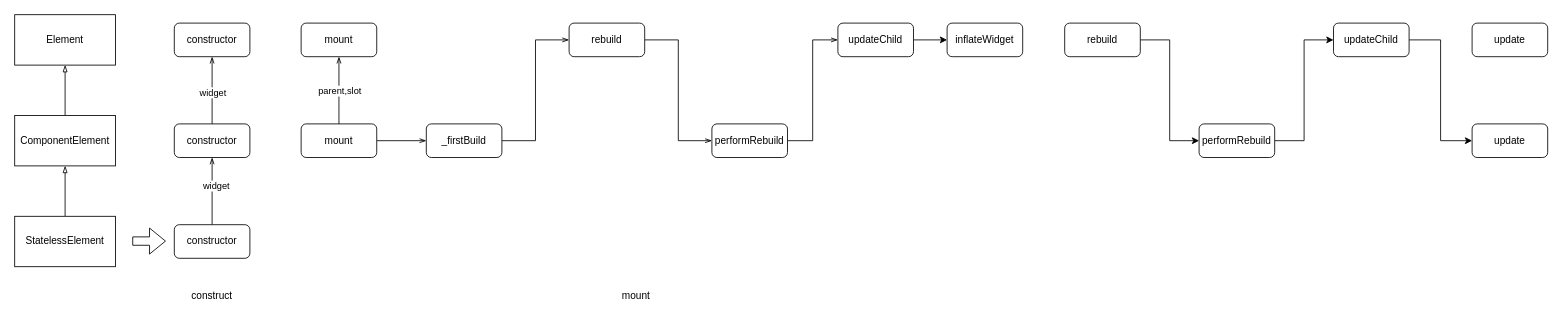
Earlier version of the draw.io diagram flutter/stateless_element.drawio (rockstore/diagram). Source tidied: cells renumbered, new cells numbered last; positions are measured from the earlier drawing's top-left corner, leaving out a move shared by most shapes. Both pictures are drawn from the tidied source at 84%, with x=0, y=0 at pixel (14, 14).
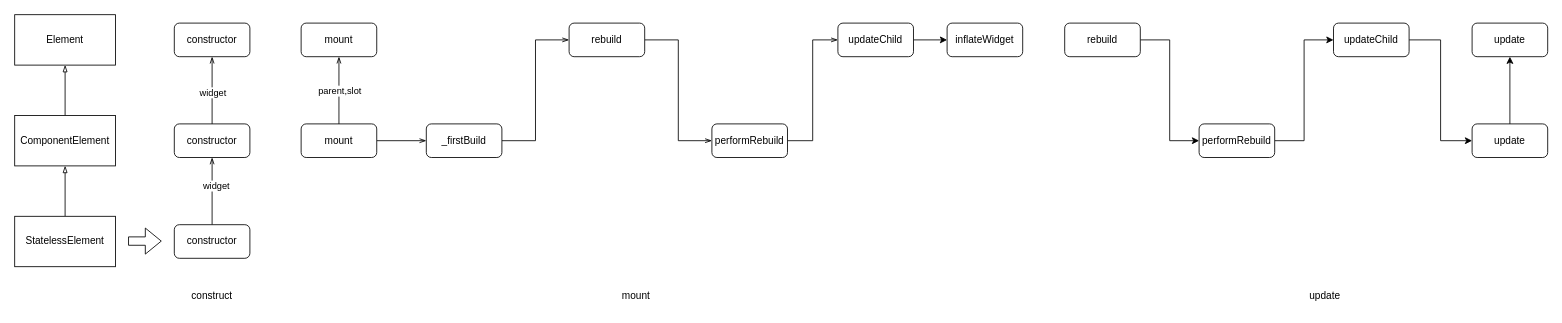
After the change.

The change refers to these unchanged cells:
```xml
<mxCell id="37" value="update" style="rounded=1;whiteSpace=wrap;html=1;" parent="1" vertex="1">
  <mxGeometry x="1735" y="130" width="90" height="40" as="geometry" />
</mxCell>
<mxCell id="38" value="update" style="rounded=1;whiteSpace=wrap;html=1;" parent="1" vertex="1">
  <mxGeometry x="1735" y="10" width="90" height="40" as="geometry" />
</mxCell>
```

Change to the diagram source:
```diff
@@
     <mxCell id="20" style="shape=flexArrow;endArrow=classic;html=1;rounded=0;" parent="1" edge="1">
       <mxGeometry relative="1" as="geometry">
-        <mxPoint x="140" y="269.5" as="sourcePoint" />
-        <mxPoint x="180" y="269.5" as="targetPoint" />
+        <mxPoint x="135" y="269.5" as="sourcePoint" />
+        <mxPoint x="175" y="269.5" as="targetPoint" />
       </mxGeometry>
     </mxCell>
@@
+    <mxCell id="39" style="edgeStyle=orthogonalEdgeStyle;rounded=0;jettySize=auto;html=1;exitX=0.5;exitY=0;exitDx=0;exitDy=0;entryX=0.5;entryY=1;entryDx=0;entryDy=0;" parent="1" edge="1" source="37" target="38">
+      <mxGeometry relative="1" as="geometry" />
+    </mxCell>
@@
+    <mxCell id="40" value="update" style="text;html=1;strokeColor=none;fillColor=none;align=center;verticalAlign=middle;whiteSpace=wrap;rounded=0;" parent="1" vertex="1">
+      <mxGeometry x="1530" y="320" width="60" height="30" as="geometry" />
+    </mxCell>
```
